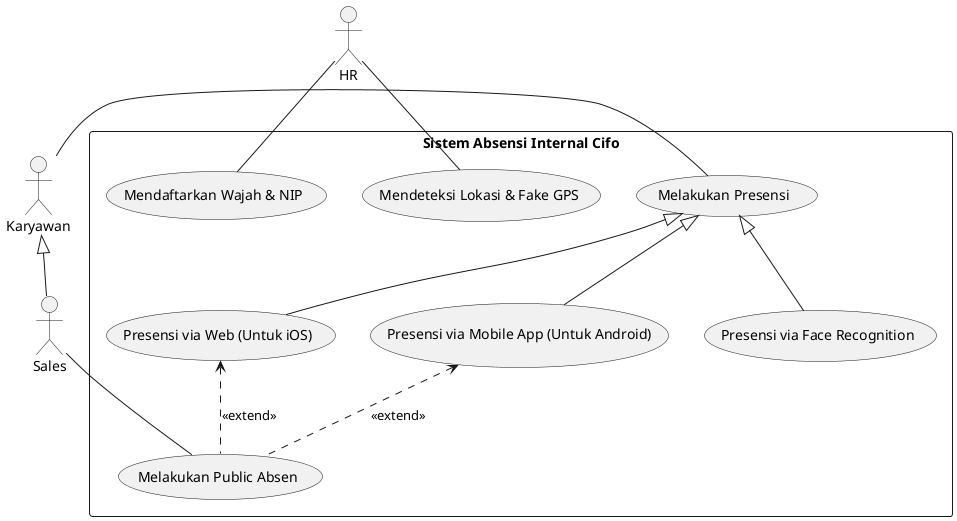
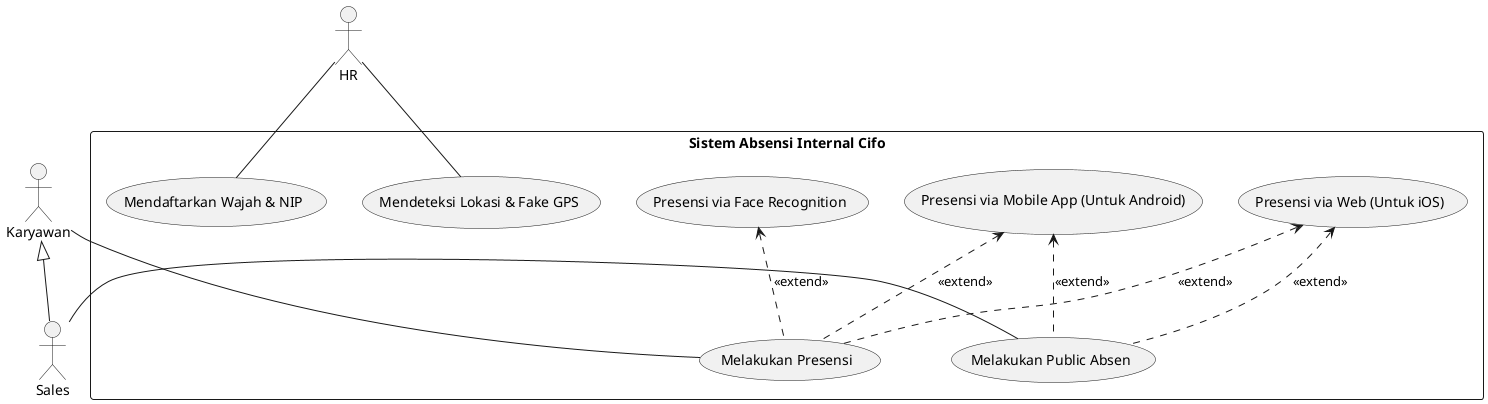
@startuml

skinparam packageStyle rectangle

actor HR
actor Karyawan
actor Sales

Karyawan <|-- Sales

rectangle "Sistem Absensi Internal Cifo" {

    usecase "Mendaftarkan Wajah & NIP" as UC_Daftar
    usecase "Mendeteksi Lokasi & Fake GPS" as UC_Deteksi

    usecase "Melakukan Presensi" as UC_Presensi

    ' Mengelompokkan anak-anak use case
    usecase "Presensi via Face Recognition" as UC_Face
    usecase "Presensi via Mobile App (Untuk Android)" as UC_App
    usecase "Presensi via Web (Untuk iOS)" as UC_Web

-     UC_Presensi <|-- UC_Face
-     UC_Presensi <|-- UC_App
-     UC_Presensi <|-- UC_Web
+ 
+     UC_Presensi .up.> UC_App : <<extend>>
+     UC_Presensi .up.> UC_Web : <<extend>>
+     UC_Presensi .up.> UC_Face : <<extend>>

    usecase "Melakukan Public Absen" as UC_PublicAbsen

    ' Mengarahkan panah <<extend>> ke atas sesuai aturan materi Sesi 04
    UC_PublicAbsen .up.> UC_App : <<extend>>
    UC_PublicAbsen .up.> UC_Web : <<extend>>
}

HR -- UC_Daftar
HR -- UC_Deteksi

Karyawan -right- UC_Presensi
Sales -right- UC_PublicAbsen

@enduml